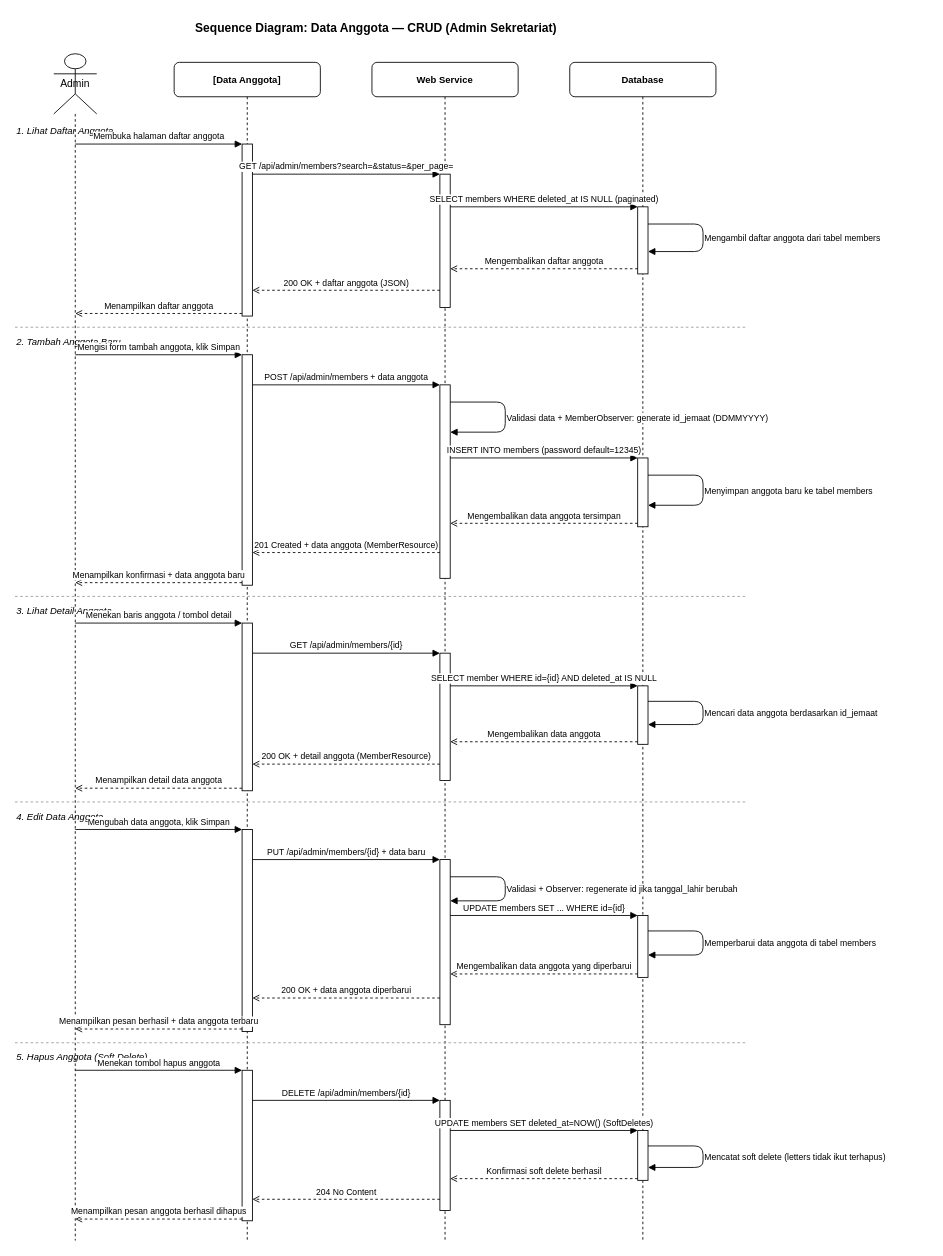
Before: page "Data Anggota" (2 of 5) of docs/sequence-diagram-sekretariat.drawio in davidgultom111/SekretariatSahala, a draw.io diagram. Source tidied: cells renumbered, new cells numbered last; positions are measured from the earlier drawing's top-left corner, leaving out a move shared by most shapes. Both pictures are drawn from the tidied source at 86%, with x=0, y=0 at pixel (15, 15).
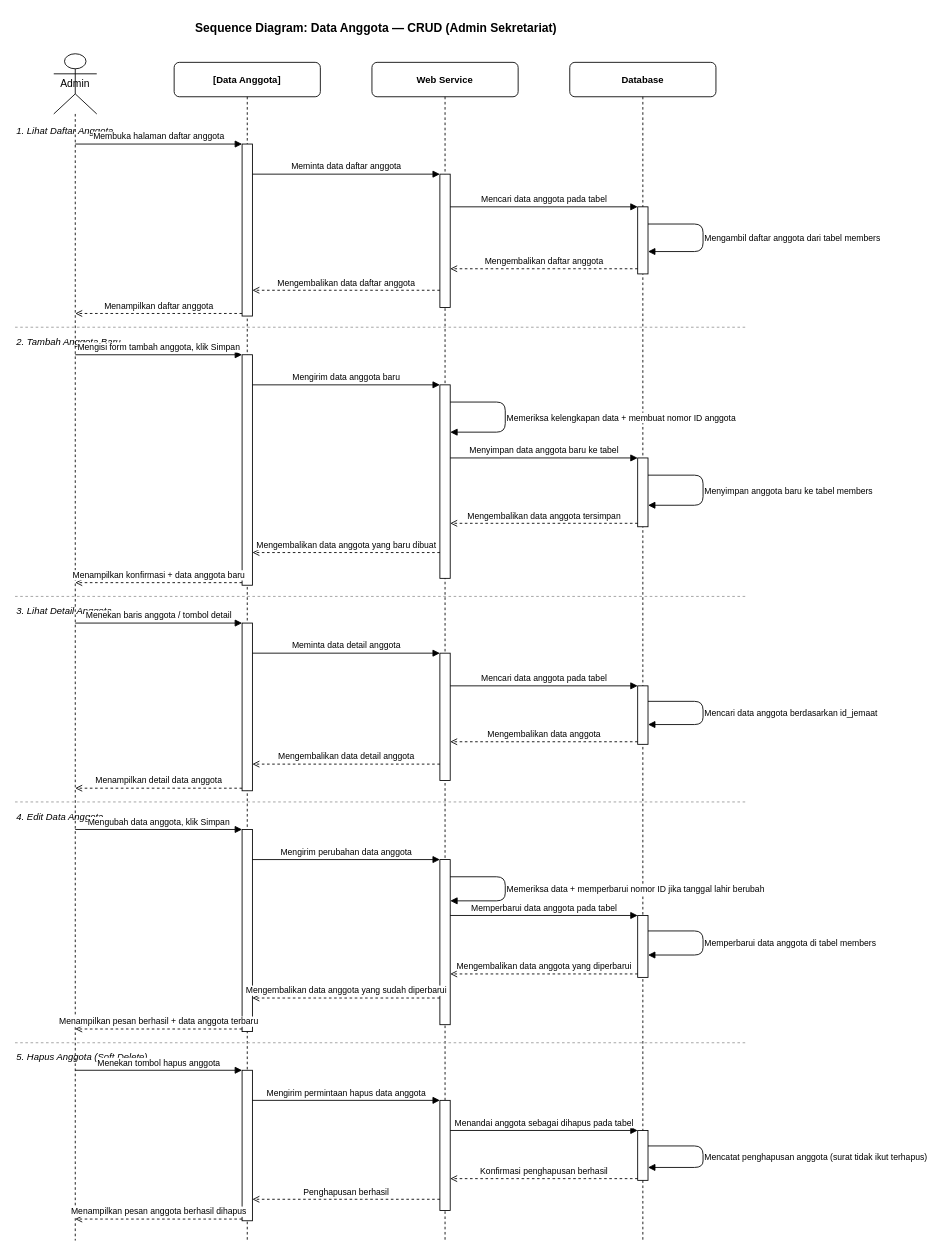
Above is the later version.

Commit message (it also covers changes not shown here):
ganti bahasa teknis ke bahasa Indonesia pada sequence diagram sekretariat

Semua teks pesan pada halaman Data Anggota, Surat, Kelola Pengajuan, dan
Konten Website diubah dari bahasa teknis (URL API, query SQL, kode HTTP)
menjadi bahasa Indonesia yang mudah dipahami.

What changed in the source:
```diff
@@
-    <mxCell id="16" value="GET /api/admin/members?search=&amp;status=&amp;per_page=" style="endArrow=block;endFill=1;strokeColor=#000000;fillColor=#000000;html=1;align=center;fontSize=10;verticalAlign=bottom;" parent="1" edge="1">
+    <mxCell id="16" value="Meminta data daftar anggota" style="endArrow=block;endFill=1;strokeColor=#000000;fillColor=#000000;html=1;align=center;fontSize=10;verticalAlign=bottom;" parent="1" edge="1">
       <mxGeometry relative="1" as="geometry">
         <mxPoint x="276" y="185" as="sourcePoint" />
         <mxPoint x="494" y="185" as="targetPoint" />
       </mxGeometry>
     </mxCell>
-    <mxCell id="17" value="SELECT members WHERE deleted_at IS NULL (paginated)" style="endArrow=block;endFill=1;strokeColor=#000000;fillColor=#000000;html=1;align=center;fontSize=10;verticalAlign=bottom;" parent="1" edge="1">
+    <mxCell id="17" value="Mencari data anggota pada tabel" style="endArrow=block;endFill=1;strokeColor=#000000;fillColor=#000000;html=1;align=center;fontSize=10;verticalAlign=bottom;" parent="1" edge="1">
       <mxGeometry relative="1" as="geometry">
         <mxPoint x="506" y="223" as="sourcePoint" />
         <mxPoint x="724" y="223" as="targetPoint" />
       </mxGeometry>
     </mxCell>
@@
-    <mxCell id="20" value="200 OK + daftar anggota (JSON)" style="endArrow=open;endFill=0;dashed=1;strokeColor=#000000;html=1;align=center;fontSize=10;verticalAlign=bottom;" parent="1" edge="1">
+    <mxCell id="20" value="Mengembalikan data daftar anggota" style="endArrow=open;endFill=0;dashed=1;strokeColor=#000000;html=1;align=center;fontSize=10;verticalAlign=bottom;" parent="1" edge="1">
       <mxGeometry relative="1" as="geometry">
         <mxPoint x="494" y="320" as="sourcePoint" />
         <mxPoint x="276" y="320" as="targetPoint" />
       </mxGeometry>
     </mxCell>
@@
-    <mxCell id="28" value="POST /api/admin/members + data anggota" style="endArrow=block;endFill=1;strokeColor=#000000;fillColor=#000000;html=1;align=center;fontSize=10;verticalAlign=bottom;" parent="1" edge="1">
+    <mxCell id="28" value="Mengirim data anggota baru" style="endArrow=block;endFill=1;strokeColor=#000000;fillColor=#000000;html=1;align=center;fontSize=10;verticalAlign=bottom;" parent="1" edge="1">
       <mxGeometry relative="1" as="geometry">
         <mxPoint x="276" y="430" as="sourcePoint" />
         <mxPoint x="494" y="430" as="targetPoint" />
       </mxGeometry>
     </mxCell>
-    <mxCell id="29" value="Validasi data + MemberObserver: generate id_jemaat (DDMMYYYY)" style="endArrow=block;endFill=1;strokeColor=#000000;fillColor=#000000;html=1;align=left;fontSize=10;" parent="1" edge="1">
+    <mxCell id="29" value="Memeriksa kelengkapan data + membuat nomor ID anggota" style="endArrow=block;endFill=1;strokeColor=#000000;fillColor=#000000;html=1;align=left;fontSize=10;" parent="1" edge="1">
       <mxGeometry relative="1" as="geometry">
         <mxPoint x="506" y="450" as="sourcePoint" />
         <mxPoint x="506" y="485" as="targetPoint" />
         <Array as="points">
           <mxPoint x="570" y="450" />
           <mxPoint x="570" y="485" />
         </Array>
       </mxGeometry>
     </mxCell>
-    <mxCell id="30" value="INSERT INTO members (password default=12345)" style="endArrow=block;endFill=1;strokeColor=#000000;fillColor=#000000;html=1;align=center;fontSize=10;verticalAlign=bottom;" parent="1" edge="1">
+    <mxCell id="30" value="Menyimpan data anggota baru ke tabel" style="endArrow=block;endFill=1;strokeColor=#000000;fillColor=#000000;html=1;align=center;fontSize=10;verticalAlign=bottom;" parent="1" edge="1">
       <mxGeometry relative="1" as="geometry">
         <mxPoint x="506" y="515" as="sourcePoint" />
         <mxPoint x="724" y="515" as="targetPoint" />
       </mxGeometry>
     </mxCell>
@@
-    <mxCell id="33" value="201 Created + data anggota (MemberResource)" style="endArrow=open;endFill=0;dashed=1;strokeColor=#000000;html=1;align=center;fontSize=10;verticalAlign=bottom;" parent="1" edge="1">
+    <mxCell id="33" value="Mengembalikan data anggota yang baru dibuat" style="endArrow=open;endFill=0;dashed=1;strokeColor=#000000;html=1;align=center;fontSize=10;verticalAlign=bottom;" parent="1" edge="1">
       <mxGeometry relative="1" as="geometry">
         <mxPoint x="494" y="625" as="sourcePoint" />
         <mxPoint x="276" y="625" as="targetPoint" />
       </mxGeometry>
     </mxCell>
@@
-    <mxCell id="41" value="GET /api/admin/members/{id}" style="endArrow=block;endFill=1;strokeColor=#000000;fillColor=#000000;html=1;align=center;fontSize=10;verticalAlign=bottom;" parent="1" edge="1">
+    <mxCell id="41" value="Meminta data detail anggota" style="endArrow=block;endFill=1;strokeColor=#000000;fillColor=#000000;html=1;align=center;fontSize=10;verticalAlign=bottom;" parent="1" edge="1">
       <mxGeometry relative="1" as="geometry">
         <mxPoint x="276" y="742" as="sourcePoint" />
         <mxPoint x="494" y="742" as="targetPoint" />
       </mxGeometry>
     </mxCell>
-    <mxCell id="42" value="SELECT member WHERE id={id} AND deleted_at IS NULL" style="endArrow=block;endFill=1;strokeColor=#000000;fillColor=#000000;html=1;align=center;fontSize=10;verticalAlign=bottom;" parent="1" edge="1">
+    <mxCell id="42" value="Mencari data anggota pada tabel" style="endArrow=block;endFill=1;strokeColor=#000000;fillColor=#000000;html=1;align=center;fontSize=10;verticalAlign=bottom;" parent="1" edge="1">
       <mxGeometry relative="1" as="geometry">
         <mxPoint x="506" y="780" as="sourcePoint" />
         <mxPoint x="724" y="780" as="targetPoint" />
       </mxGeometry>
     </mxCell>
@@
-    <mxCell id="45" value="200 OK + detail anggota (MemberResource)" style="endArrow=open;endFill=0;dashed=1;strokeColor=#000000;html=1;align=center;fontSize=10;verticalAlign=bottom;" parent="1" edge="1">
+    <mxCell id="45" value="Mengembalikan data detail anggota" style="endArrow=open;endFill=0;dashed=1;strokeColor=#000000;html=1;align=center;fontSize=10;verticalAlign=bottom;" parent="1" edge="1">
       <mxGeometry relative="1" as="geometry">
         <mxPoint x="494" y="871" as="sourcePoint" />
         <mxPoint x="276" y="871" as="targetPoint" />
       </mxGeometry>
     </mxCell>
@@
-    <mxCell id="53" value="PUT /api/admin/members/{id} + data baru" style="endArrow=block;endFill=1;strokeColor=#000000;fillColor=#000000;html=1;align=center;fontSize=10;verticalAlign=bottom;" parent="1" edge="1">
+    <mxCell id="53" value="Mengirim perubahan data anggota" style="endArrow=block;endFill=1;strokeColor=#000000;fillColor=#000000;html=1;align=center;fontSize=10;verticalAlign=bottom;" parent="1" edge="1">
       <mxGeometry relative="1" as="geometry">
         <mxPoint x="276" y="982" as="sourcePoint" />
         <mxPoint x="494" y="982" as="targetPoint" />
       </mxGeometry>
     </mxCell>
-    <mxCell id="54" value="Validasi + Observer: regenerate id jika tanggal_lahir berubah" style="endArrow=block;endFill=1;strokeColor=#000000;fillColor=#000000;html=1;align=left;fontSize=10;" parent="1" edge="1">
+    <mxCell id="54" value="Memeriksa data + memperbarui nomor ID jika tanggal lahir berubah" style="endArrow=block;endFill=1;strokeColor=#000000;fillColor=#000000;html=1;align=left;fontSize=10;" parent="1" edge="1">
       <mxGeometry relative="1" as="geometry">
         <mxPoint x="506" y="1002" as="sourcePoint" />
         <mxPoint x="506" y="1030" as="targetPoint" />
         <Array as="points">
           <mxPoint x="570" y="1002" />
           <mxPoint x="570" y="1030" />
         </Array>
       </mxGeometry>
     </mxCell>
-    <mxCell id="55" value="UPDATE members SET ... WHERE id={id}" style="endArrow=block;endFill=1;strokeColor=#000000;fillColor=#000000;html=1;align=center;fontSize=10;verticalAlign=bottom;" parent="1" edge="1">
+    <mxCell id="55" value="Memperbarui data anggota pada tabel" style="endArrow=block;endFill=1;strokeColor=#000000;fillColor=#000000;html=1;align=center;fontSize=10;verticalAlign=bottom;" parent="1" edge="1">
       <mxGeometry relative="1" as="geometry">
         <mxPoint x="506" y="1047" as="sourcePoint" />
         <mxPoint x="724" y="1047" as="targetPoint" />
       </mxGeometry>
     </mxCell>
@@
-    <mxCell id="58" value="200 OK + data anggota diperbarui" style="endArrow=open;endFill=0;dashed=1;strokeColor=#000000;html=1;align=center;fontSize=10;verticalAlign=bottom;" parent="1" edge="1">
+    <mxCell id="58" value="Mengembalikan data anggota yang sudah diperbarui" style="endArrow=open;endFill=0;dashed=1;strokeColor=#000000;html=1;align=center;fontSize=10;verticalAlign=bottom;" parent="1" edge="1">
       <mxGeometry relative="1" as="geometry">
         <mxPoint x="494" y="1143" as="sourcePoint" />
         <mxPoint x="276" y="1143" as="targetPoint" />
       </mxGeometry>
     </mxCell>
@@
-    <mxCell id="66" value="DELETE /api/admin/members/{id}" style="endArrow=block;endFill=1;strokeColor=#000000;fillColor=#000000;html=1;align=center;fontSize=10;verticalAlign=bottom;" parent="1" edge="1">
+    <mxCell id="66" value="Mengirim permintaan hapus data anggota" style="endArrow=block;endFill=1;strokeColor=#000000;fillColor=#000000;html=1;align=center;fontSize=10;verticalAlign=bottom;" parent="1" edge="1">
       <mxGeometry relative="1" as="geometry">
         <mxPoint x="276" y="1262" as="sourcePoint" />
         <mxPoint x="494" y="1262" as="targetPoint" />
       </mxGeometry>
     </mxCell>
-    <mxCell id="67" value="UPDATE members SET deleted_at=NOW() (SoftDeletes)" style="endArrow=block;endFill=1;strokeColor=#000000;fillColor=#000000;html=1;align=center;fontSize=10;verticalAlign=bottom;" parent="1" edge="1">
+    <mxCell id="67" value="Menandai anggota sebagai dihapus pada tabel" style="endArrow=block;endFill=1;strokeColor=#000000;fillColor=#000000;html=1;align=center;fontSize=10;verticalAlign=bottom;" parent="1" edge="1">
       <mxGeometry relative="1" as="geometry">
         <mxPoint x="506" y="1297" as="sourcePoint" />
         <mxPoint x="724" y="1297" as="targetPoint" />
       </mxGeometry>
     </mxCell>
-    <mxCell id="68" value="Mencatat soft delete (letters tidak ikut terhapus)" style="endArrow=block;endFill=1;strokeColor=#000000;fillColor=#000000;html=1;align=left;fontSize=10;" parent="1" edge="1">
+    <mxCell id="68" value="Mencatat penghapusan anggota (surat tidak ikut terhapus)" style="endArrow=block;endFill=1;strokeColor=#000000;fillColor=#000000;html=1;align=left;fontSize=10;" parent="1" edge="1">
       <mxGeometry relative="1" as="geometry">
         <mxPoint x="736" y="1315" as="sourcePoint" />
         <mxPoint x="736" y="1340" as="targetPoint" />
         <Array as="points">
           <mxPoint x="800" y="1315" />
           <mxPoint x="800" y="1340" />
         </Array>
       </mxGeometry>
     </mxCell>
-    <mxCell id="69" value="Konfirmasi soft delete berhasil" style="endArrow=open;endFill=0;dashed=1;strokeColor=#000000;html=1;align=center;fontSize=10;verticalAlign=bottom;" parent="1" edge="1">
+    <mxCell id="69" value="Konfirmasi penghapusan berhasil" style="endArrow=open;endFill=0;dashed=1;strokeColor=#000000;html=1;align=center;fontSize=10;verticalAlign=bottom;" parent="1" edge="1">
       <mxGeometry relative="1" as="geometry">
         <mxPoint x="724" y="1353" as="sourcePoint" />
         <mxPoint x="506" y="1353" as="targetPoint" />
       </mxGeometry>
     </mxCell>
-    <mxCell id="70" value="204 No Content" style="endArrow=open;endFill=0;dashed=1;strokeColor=#000000;html=1;align=center;fontSize=10;verticalAlign=bottom;" parent="1" edge="1">
+    <mxCell id="70" value="Penghapusan berhasil" style="endArrow=open;endFill=0;dashed=1;strokeColor=#000000;html=1;align=center;fontSize=10;verticalAlign=bottom;" parent="1" edge="1">
       <mxGeometry relative="1" as="geometry">
         <mxPoint x="494" y="1377" as="sourcePoint" />
         <mxPoint x="276" y="1377" as="targetPoint" />
       </mxGeometry>
     </mxCell>
```
